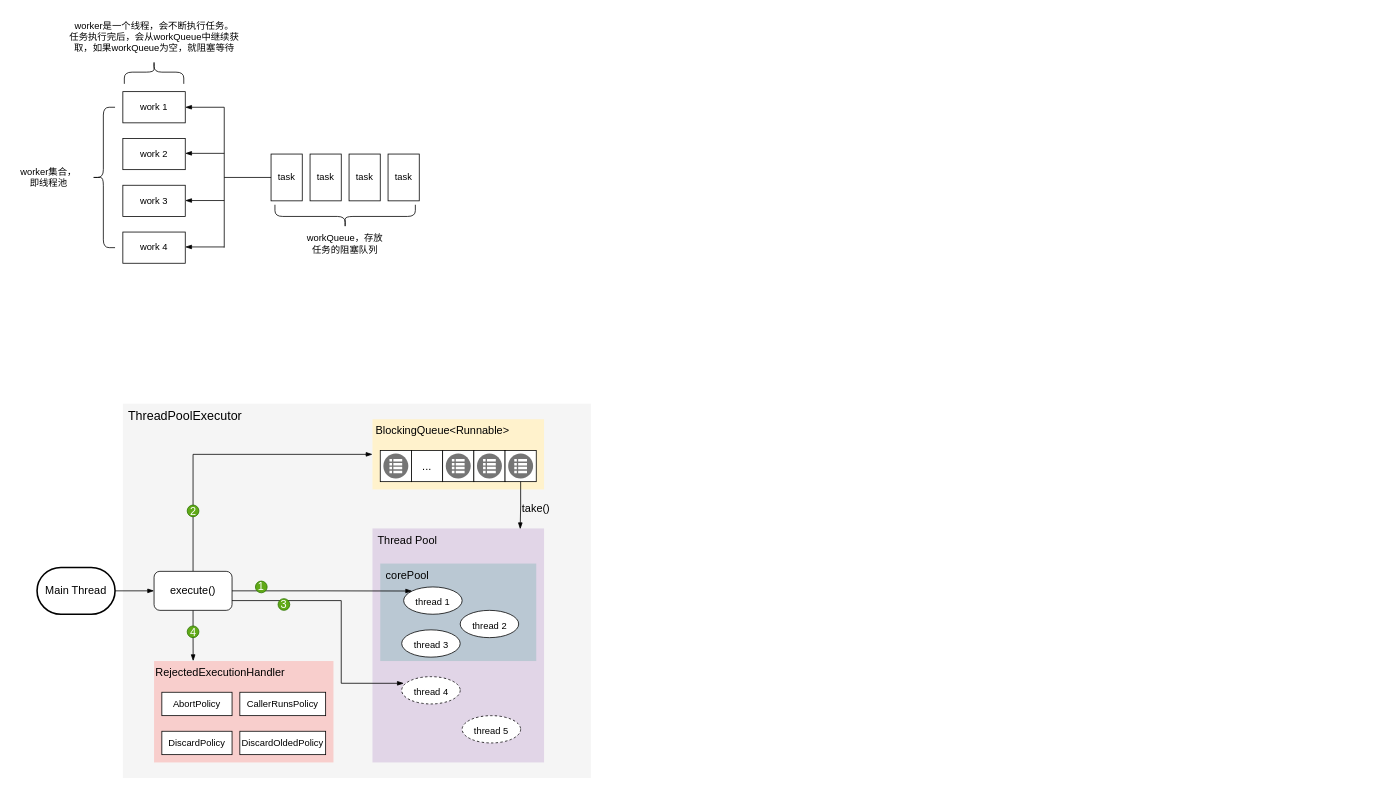
The draw.io diagram diagrams/Thread.drawio in elijah398/AndroidLearning, before the edit. Source tidied: cells renumbered, new cells numbered last; positions are measured from the earlier drawing's top-left corner, leaving out a move shared by most shapes. Both pictures are drawn from the tidied source at 78%, with x=0, y=0 at pixel (13, 13).
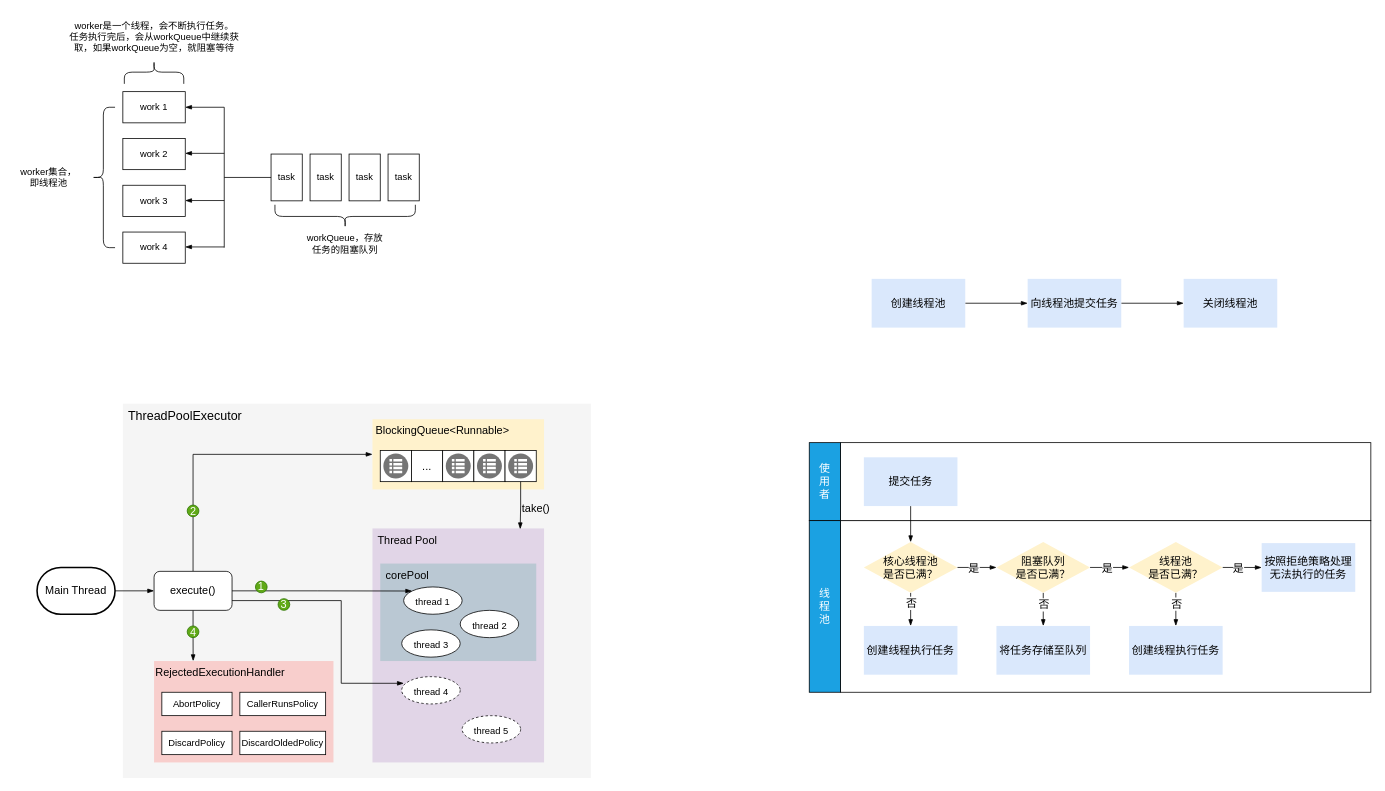
The same diagram, later.

The edit, as a diff of the source:
```diff
@@
+    <mxCell id="64" style="rounded=0;whiteSpace=wrap;html=1;fontSize=14;" parent="1" vertex="1">
+      <mxGeometry x="1060" y="650" width="680" height="220" as="geometry" />
+    </mxCell>
+    <mxCell id="65" style="rounded=0;whiteSpace=wrap;html=1;fontSize=14;" parent="1" vertex="1">
+      <mxGeometry x="1060" y="550" width="680" height="100" as="geometry" />
+    </mxCell>
+    <mxCell id="66" value="使&lt;br&gt;用&lt;br&gt;者" style="rounded=0;whiteSpace=wrap;html=1;fontSize=14;fillColor=#1ba1e2;fontColor=#ffffff;strokeColor=#000000;" parent="1" vertex="1">
+      <mxGeometry x="1020" y="550" width="40" height="100" as="geometry" />
+    </mxCell>
+    <mxCell id="67" value="线&lt;br&gt;程&lt;br&gt;池" style="rounded=0;whiteSpace=wrap;html=1;fontSize=14;fillColor=#1ba1e2;fontColor=#ffffff;strokeColor=#000000;" parent="1" vertex="1">
+      <mxGeometry x="1020" y="650" width="40" height="220" as="geometry" />
+    </mxCell>
+    <mxCell id="68" style="edgeStyle=orthogonalEdgeStyle;rounded=0;jettySize=auto;html=1;exitX=0.5;exitY=1;exitDx=0;exitDy=0;entryX=0.5;entryY=0;entryDx=0;entryDy=0;entryPerimeter=0;fontSize=14;endArrow=blockThin;endFill=1;" parent="1" edge="1" source="69" target="74">
+      <mxGeometry relative="1" as="geometry" />
+    </mxCell>
+    <mxCell id="69" value="提交任务" style="rounded=0;whiteSpace=wrap;html=1;fontSize=14;fillColor=#dae8fc;strokeColor=none;" parent="1" vertex="1">
+      <mxGeometry x="1090" y="568.8" width="120" height="62.5" as="geometry" />
+    </mxCell>
+    <mxCell id="70" style="edgeStyle=orthogonalEdgeStyle;rounded=0;jettySize=auto;html=1;exitX=0.5;exitY=1;exitDx=0;exitDy=0;exitPerimeter=0;fontSize=14;endArrow=blockThin;endFill=1;" parent="1" edge="1" source="74" target="85">
+      <mxGeometry relative="1" as="geometry" />
+    </mxCell>
+    <mxCell id="71" value="否" style="edgeLabel;html=1;align=center;verticalAlign=middle;fontSize=14;" parent="70" vertex="1">
+      <mxGeometry x="-0.37" relative="1" as="geometry" />
+    </mxCell>
+    <mxCell id="72" style="edgeStyle=orthogonalEdgeStyle;rounded=0;jettySize=auto;html=1;exitX=1;exitY=0.5;exitDx=0;exitDy=0;exitPerimeter=0;fontSize=14;endArrow=blockThin;endFill=1;" parent="1" edge="1" source="74" target="79">
+      <mxGeometry relative="1" as="geometry" />
+    </mxCell>
+    <mxCell id="73" value="是" style="edgeLabel;html=1;align=center;verticalAlign=middle;fontSize=14;" parent="72" vertex="1">
+      <mxGeometry x="-0.04" y="-1" relative="1" as="geometry">
+        <mxPoint x="-4" y="-1" as="offset" />
+      </mxGeometry>
+    </mxCell>
+    <mxCell id="74" value="核心线程池&lt;br&gt;是否已满？" style="strokeWidth=1;html=1;shape=mxgraph.flowchart.decision;whiteSpace=wrap;fontSize=14;fillColor=#fff2cc;strokeColor=none;" parent="1" vertex="1">
+      <mxGeometry x="1090" y="677.5" width="120" height="65" as="geometry" />
+    </mxCell>
+    <mxCell id="75" style="edgeStyle=orthogonalEdgeStyle;rounded=0;jettySize=auto;html=1;exitX=0.5;exitY=1;exitDx=0;exitDy=0;exitPerimeter=0;fontSize=14;endArrow=blockThin;endFill=1;" parent="1" edge="1" source="79" target="86">
+      <mxGeometry relative="1" as="geometry" />
+    </mxCell>
+    <mxCell id="76" value="否" style="edgeLabel;html=1;align=center;verticalAlign=middle;fontSize=14;" parent="75" vertex="1">
+      <mxGeometry x="-0.29" relative="1" as="geometry" />
+    </mxCell>
+    <mxCell id="77" style="edgeStyle=orthogonalEdgeStyle;rounded=0;jettySize=auto;html=1;exitX=1;exitY=0.5;exitDx=0;exitDy=0;exitPerimeter=0;entryX=0;entryY=0.5;entryDx=0;entryDy=0;entryPerimeter=0;fontSize=14;endArrow=blockThin;endFill=1;" parent="1" edge="1" source="79" target="84">
+      <mxGeometry relative="1" as="geometry" />
+    </mxCell>
+    <mxCell id="78" value="是" style="edgeLabel;html=1;align=center;verticalAlign=middle;fontSize=14;" parent="77" vertex="1">
+      <mxGeometry x="-0.17" relative="1" as="geometry" />
+    </mxCell>
+    <mxCell id="79" value="阻塞队列&lt;br&gt;是否已满？" style="strokeWidth=1;html=1;shape=mxgraph.flowchart.decision;whiteSpace=wrap;fontSize=14;fillColor=#fff2cc;strokeColor=none;" parent="1" vertex="1">
+      <mxGeometry x="1260" y="677.5" width="120" height="65" as="geometry" />
+    </mxCell>
+    <mxCell id="80" style="edgeStyle=orthogonalEdgeStyle;rounded=0;jettySize=auto;html=1;exitX=0.5;exitY=1;exitDx=0;exitDy=0;exitPerimeter=0;entryX=0.5;entryY=0;entryDx=0;entryDy=0;fontSize=14;endArrow=blockThin;endFill=1;" parent="1" edge="1" source="84" target="87">
+      <mxGeometry relative="1" as="geometry" />
+    </mxCell>
+    <mxCell id="81" value="否" style="edgeLabel;html=1;align=center;verticalAlign=middle;fontSize=14;" parent="80" vertex="1">
+      <mxGeometry x="-0.32" relative="1" as="geometry" />
+    </mxCell>
+    <mxCell id="82" style="edgeStyle=orthogonalEdgeStyle;rounded=0;jettySize=auto;html=1;exitX=1;exitY=0.5;exitDx=0;exitDy=0;exitPerimeter=0;entryX=0;entryY=0.5;entryDx=0;entryDy=0;fontSize=14;endArrow=blockThin;endFill=1;" parent="1" edge="1" source="84" target="88">
+      <mxGeometry relative="1" as="geometry" />
+    </mxCell>
+    <mxCell id="83" value="是" style="edgeLabel;html=1;align=center;verticalAlign=middle;fontSize=14;" parent="82" vertex="1">
+      <mxGeometry x="-0.26" y="-4" relative="1" as="geometry">
+        <mxPoint y="-4" as="offset" />
+      </mxGeometry>
+    </mxCell>
+    <mxCell id="84" value="线程池&lt;br&gt;是否已满？" style="strokeWidth=1;html=1;shape=mxgraph.flowchart.decision;whiteSpace=wrap;fontSize=14;fillColor=#fff2cc;strokeColor=none;" parent="1" vertex="1">
+      <mxGeometry x="1430" y="677.5" width="120" height="65" as="geometry" />
+    </mxCell>
+    <mxCell id="85" value="创建线程执行任务" style="rounded=0;whiteSpace=wrap;html=1;fontSize=14;fillColor=#dae8fc;strokeColor=none;" parent="1" vertex="1">
+      <mxGeometry x="1090" y="785" width="120" height="62.5" as="geometry" />
+    </mxCell>
+    <mxCell id="86" value="将任务存储至队列" style="rounded=0;whiteSpace=wrap;html=1;fontSize=14;fillColor=#dae8fc;strokeColor=none;" parent="1" vertex="1">
+      <mxGeometry x="1260" y="785" width="120" height="62.5" as="geometry" />
+    </mxCell>
+    <mxCell id="87" value="创建线程执行任务" style="rounded=0;whiteSpace=wrap;html=1;fontSize=14;fillColor=#dae8fc;strokeColor=none;" parent="1" vertex="1">
+      <mxGeometry x="1430" y="785" width="120" height="62.5" as="geometry" />
+    </mxCell>
+    <mxCell id="88" value="按照拒绝策略处理无法执行的任务" style="rounded=0;whiteSpace=wrap;html=1;fontSize=14;fillColor=#dae8fc;strokeColor=none;" parent="1" vertex="1">
+      <mxGeometry x="1600" y="678.8" width="120" height="62.5" as="geometry" />
+    </mxCell>
+    <mxCell id="89" style="edgeStyle=orthogonalEdgeStyle;rounded=0;jettySize=auto;html=1;exitX=1;exitY=0.5;exitDx=0;exitDy=0;entryX=0;entryY=0.5;entryDx=0;entryDy=0;fontSize=14;endArrow=blockThin;endFill=1;" parent="1" edge="1" source="90" target="92">
+      <mxGeometry relative="1" as="geometry" />
+    </mxCell>
+    <mxCell id="90" value="创建线程池" style="rounded=0;whiteSpace=wrap;html=1;fontSize=14;fillColor=#dae8fc;strokeColor=none;" parent="1" vertex="1">
+      <mxGeometry x="1100" y="340" width="120" height="62.5" as="geometry" />
+    </mxCell>
+    <mxCell id="91" style="edgeStyle=orthogonalEdgeStyle;rounded=0;jettySize=auto;html=1;exitX=1;exitY=0.5;exitDx=0;exitDy=0;entryX=0;entryY=0.5;entryDx=0;entryDy=0;fontSize=14;endArrow=blockThin;endFill=1;" parent="1" edge="1" source="92" target="93">
+      <mxGeometry relative="1" as="geometry" />
+    </mxCell>
+    <mxCell id="92" value="向线程池提交任务" style="rounded=0;whiteSpace=wrap;html=1;fontSize=14;fillColor=#dae8fc;strokeColor=none;" parent="1" vertex="1">
+      <mxGeometry x="1300" y="340" width="120" height="62.5" as="geometry" />
+    </mxCell>
+    <mxCell id="93" value="关闭线程池" style="rounded=0;whiteSpace=wrap;html=1;fontSize=14;fillColor=#dae8fc;strokeColor=none;" parent="1" vertex="1">
+      <mxGeometry x="1500" y="340" width="120" height="62.5" as="geometry" />
+    </mxCell>
```
